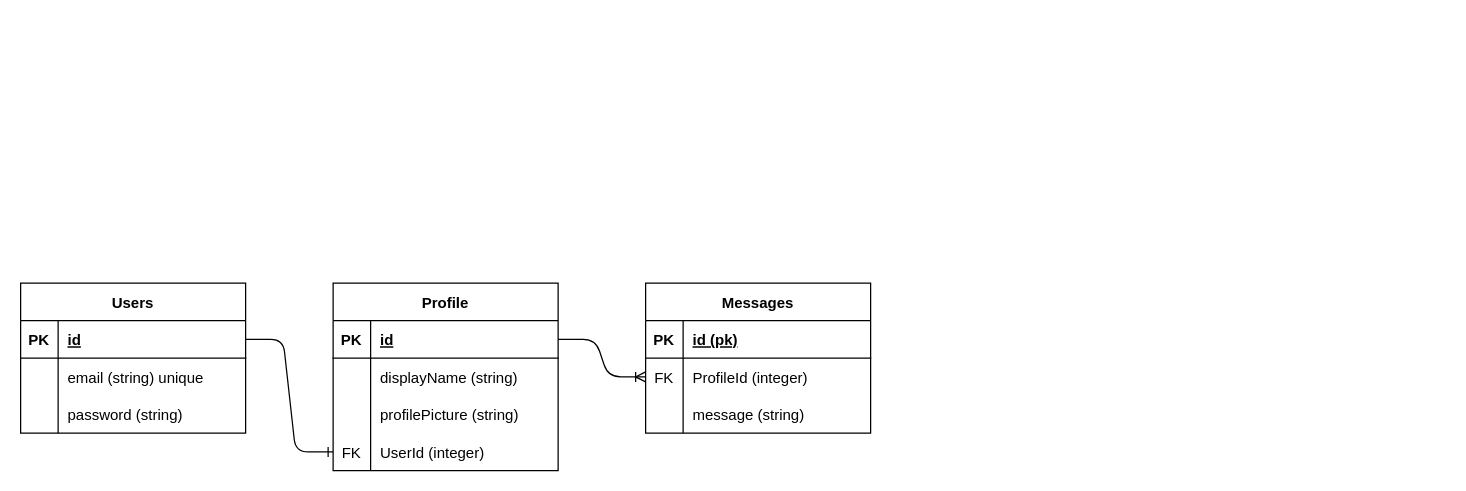
Above: erd.alamsunda.drawio in AlamSundaGrup/SERVER (draw.io), before the change. Source tidied: cells renumbered, new cells numbered last; positions are measured from the earlier drawing's top-left corner, leaving out a move shared by most shapes. Both pictures are drawn from the tidied source at 125%, with x=0, y=0 at pixel (20, 282).
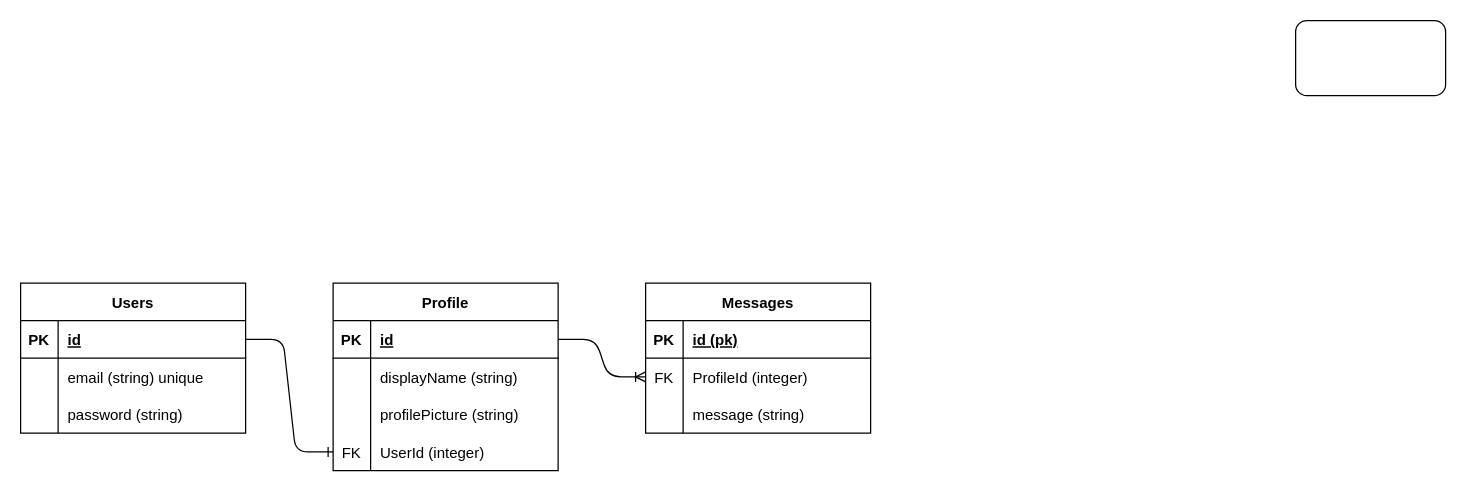
The same diagram, later.

The edit, as a diff of the source:
```diff
@@
+    <mxCell id="37" style="rounded=1;whiteSpace=wrap;html=1;" parent="1" vertex="1">
+      <mxGeometry x="1020" y="-210" width="120" height="60" as="geometry" />
+    </mxCell>
```
